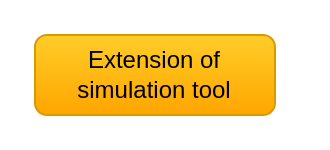
Earlier version of the draw.io diagram Untitled Diagram 3.drawio (Vinuja-Ranasinghe/tutorial). Source tidied: cells renumbered, new cells numbered last; positions are measured from the earlier drawing's top-left corner, leaving out a move shared by most shapes. Both pictures are drawn from the tidied source at 200%, with x=0, y=0 at pixel (34, 34).
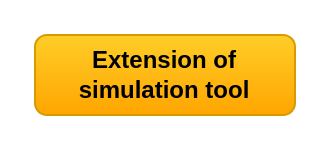
After the change.

What changed in the source:
```diff
@@
 <mxGraphModel>
   <root>
     <mxCell id="0" />
     <mxCell id="1" parent="0" />
-    <mxCell id="2" value="Extension of simulation tool" style="rounded=1;whiteSpace=wrap;html=1;fillColor=#ffcd28;gradientColor=#ffa500;strokeColor=#d79b00;" parent="1" vertex="1">
-      <mxGeometry width="120" height="40" as="geometry" />
+    <mxCell id="2" value="&lt;b&gt;Extension of simulation tool&lt;/b&gt;" style="rounded=1;whiteSpace=wrap;html=1;fillColor=#ffcd28;gradientColor=#ffa500;strokeColor=#d79b00;" parent="1" vertex="1">
+      <mxGeometry width="130" height="40" as="geometry" />
     </mxCell>
   </root>
 </mxGraphModel>
```
